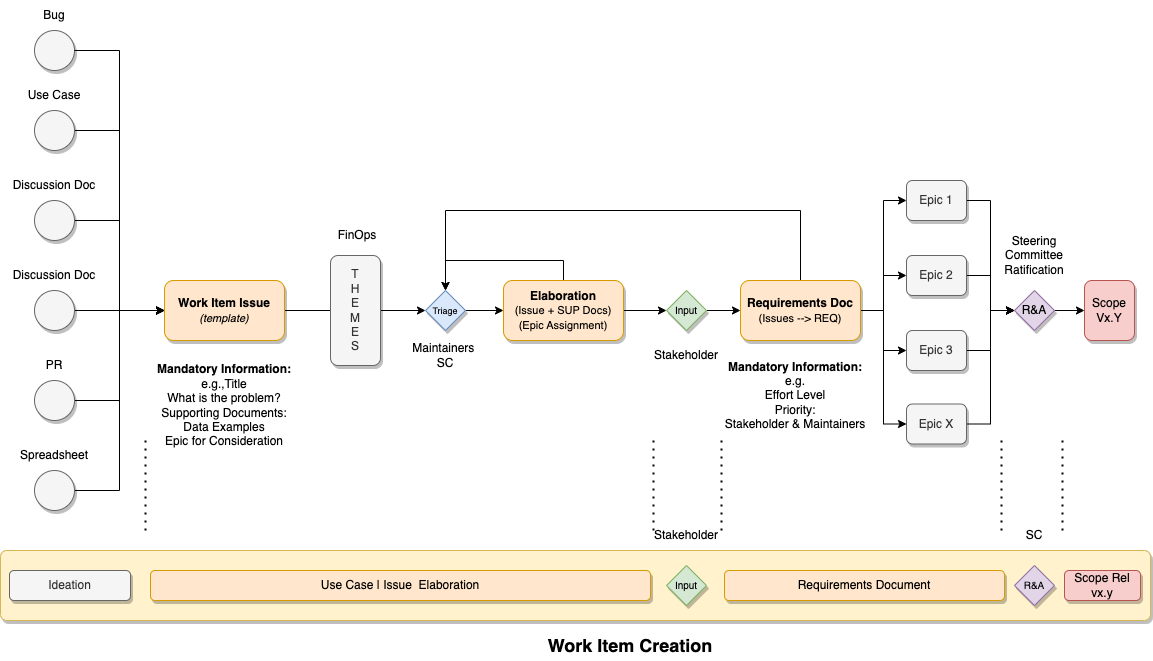
The draw.io diagram images/FOCUS-Process-work-item-creation-4.drawio.png in FinOps-Open-Cost-and-Usage-Spec/foundation, before a commit. Source tidied: cells renumbered, new cells last; positions are measured from the earlier drawing's top-left corner, leaving out a move shared by most shapes.
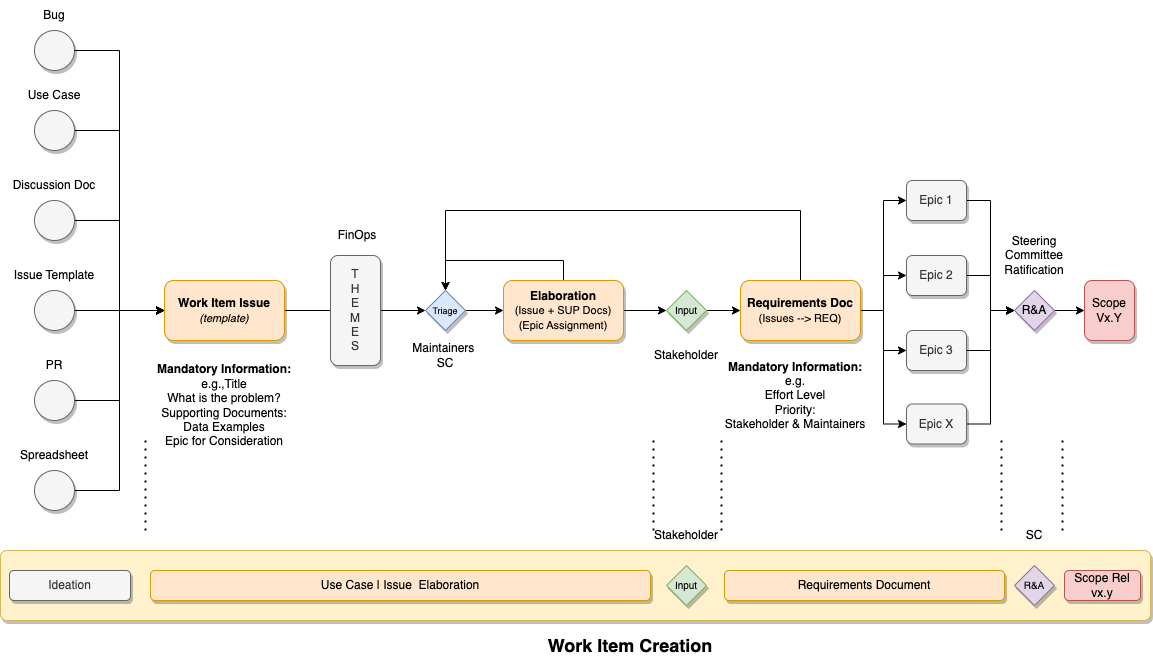
After the commit.

Commit message:
update dev and wi diagrams

The edit, as a diff of the source:
```diff
@@ -29,7 +29,7 @@
     <mxCell id="10" style="ellipse;whiteSpace=wrap;html=1;fillColor=#f5f5f5;fontColor=#333333;strokeColor=#666666;shadow=1;" parent="1" vertex="1">
       <mxGeometry x="34" y="290" width="40" height="40" as="geometry" />
     </mxCell>
-    <mxCell id="11" value="Discussion Doc" style="text;html=1;strokeColor=none;fillColor=none;align=center;verticalAlign=middle;whiteSpace=wrap;rounded=0;" parent="1" vertex="1">
+    <mxCell id="11" value="Issue Template" style="text;html=1;strokeColor=none;fillColor=none;align=center;verticalAlign=middle;whiteSpace=wrap;rounded=0;" parent="1" vertex="1">
       <mxGeometry x="9" y="260" width="90" height="30" as="geometry" />
     </mxCell>
     <mxCell id="12" style="edgeStyle=orthogonalEdgeStyle;rounded=0;jettySize=auto;html=1;exitX=1;exitY=0.5;exitDx=0;exitDy=0;entryX=0;entryY=0.5;entryDx=0;entryDy=0;" parent="1" edge="1" source="13" target="19">
```
